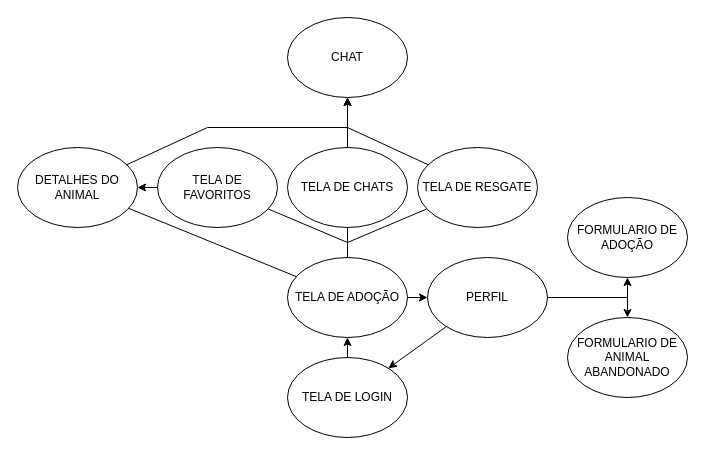
Above: Fluxograma de telas.drawio in JoaoGans/DRAW.tcc (draw.io), before the change. Source tidied: cells renumbered, new cells numbered last; positions are measured from the earlier drawing's top-left corner, leaving out a move shared by most shapes. Both pictures are drawn from the tidied source at 100%, with x=0, y=0 at pixel (17, 17).
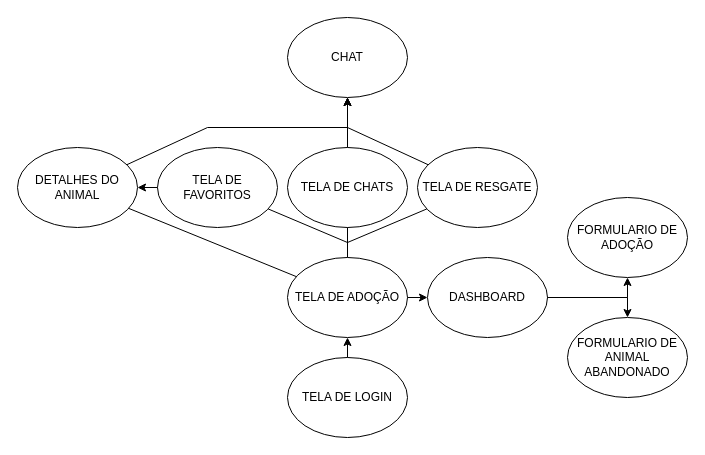
The same diagram, later.

Unchanged cells that the change refers to:
```xml
<mxCell id="2" value="TELA DE LOGIN" style="ellipse;whiteSpace=wrap;html=1;" parent="1" vertex="1">
  <mxGeometry x="270" y="340" width="120" height="80" as="geometry" />
</mxCell>
```

What changed in the source:
```diff
@@
-    <mxCell id="7" value="PERFIL" style="ellipse;whiteSpace=wrap;html=1;" parent="1" vertex="1">
+    <mxCell id="7" value="DASHBOARD" style="ellipse;whiteSpace=wrap;html=1;" parent="1" vertex="1">
       <mxGeometry x="410" y="240" width="120" height="80" as="geometry" />
     </mxCell>
@@
-    <mxCell id="14" style="endArrow=classic;html=1;rounded=0;" parent="1" edge="1" source="7" target="2">
-      <mxGeometry relative="1" as="geometry" />
-    </mxCell>
```
